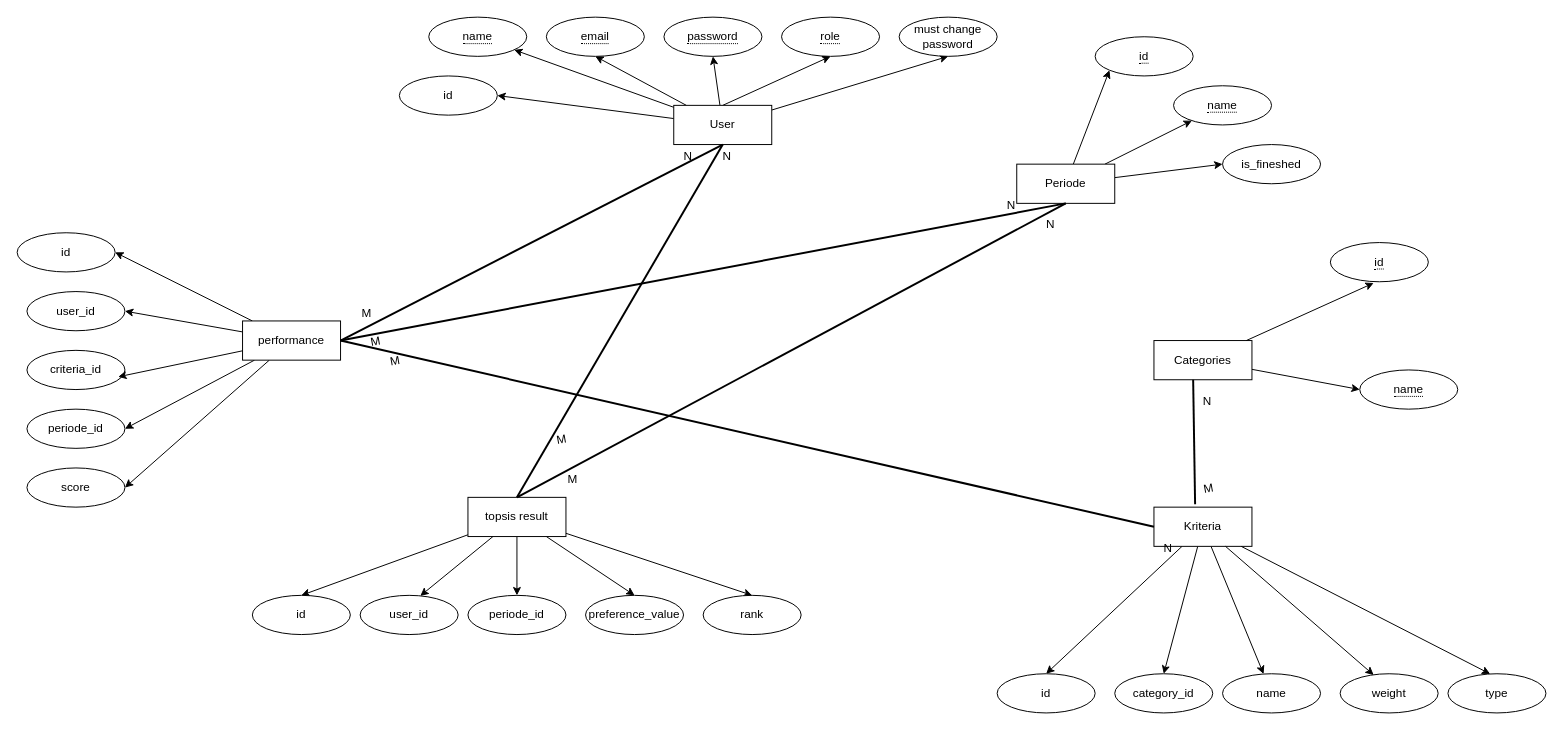
Above: docs/erd.drawio in yudhaginongpratidina/karya-nexa (draw.io), before the change. Source tidied: cells renumbered, new cells numbered last; positions are measured from the earlier drawing's top-left corner, leaving out a move shared by most shapes. Both pictures are drawn from the tidied source at 98%, with x=0, y=0 at pixel (17, 17).
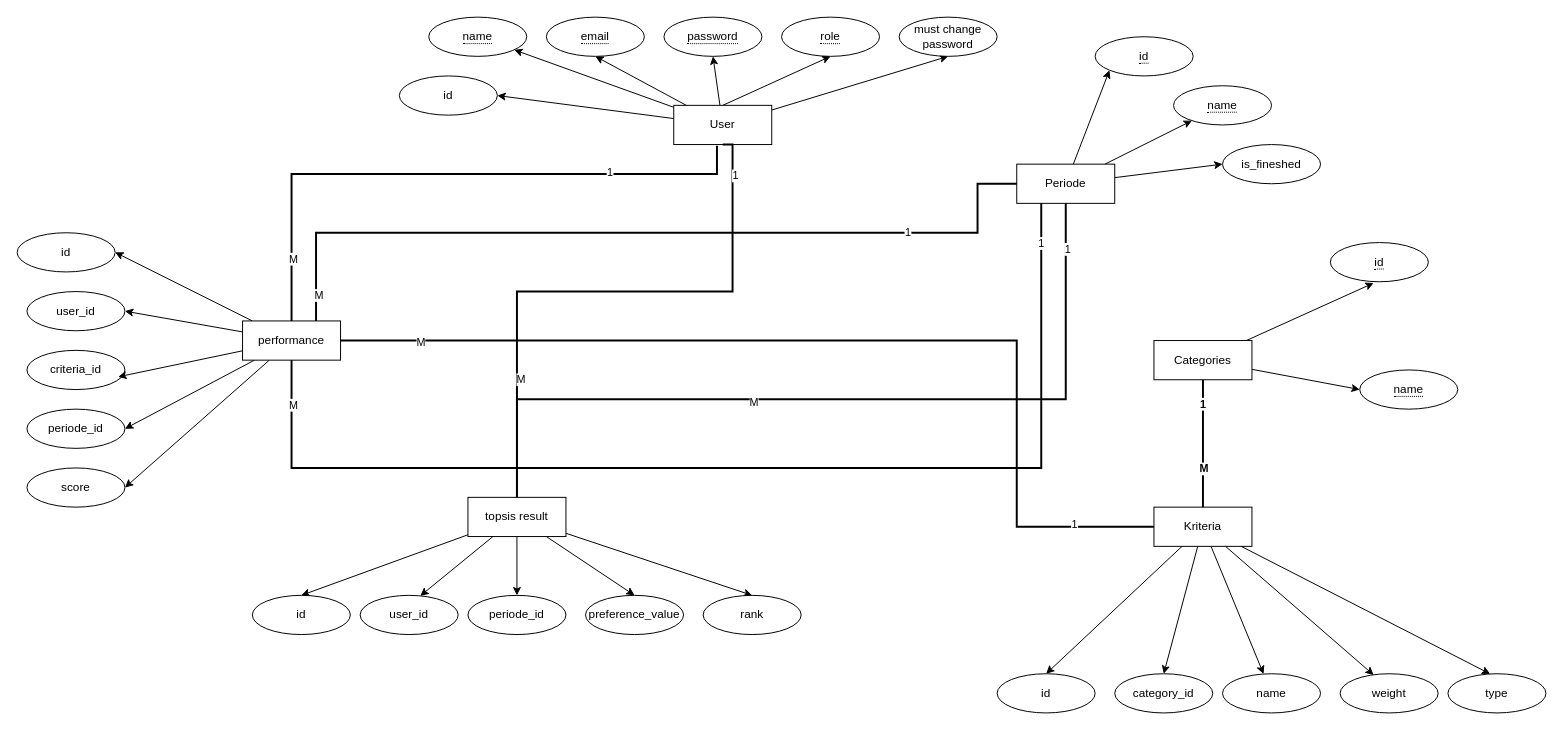
The same diagram, later.

Unchanged cells that the change refers to:
```xml
<mxCell id="8" value="User" style="whiteSpace=wrap;html=1;align=center;" parent="1" vertex="1">
  <mxGeometry x="670" y="90" width="100" height="40" as="geometry" />
</mxCell>
<mxCell id="15" value="Categories" style="whiteSpace=wrap;html=1;align=center;" parent="1" vertex="1">
  <mxGeometry x="1160" y="330" width="100" height="40" as="geometry" />
</mxCell>
<mxCell id="23" value="Kriteria" style="whiteSpace=wrap;html=1;align=center;" parent="1" vertex="1">
  <mxGeometry x="1160" y="500" width="100" height="40" as="geometry" />
</mxCell>
<mxCell id="34" value="Periode" style="whiteSpace=wrap;html=1;align=center;" parent="1" vertex="1">
  <mxGeometry x="1020" y="150" width="100" height="40" as="geometry" />
</mxCell>
<mxCell id="42" value="performance" style="whiteSpace=wrap;html=1;align=center;" parent="1" vertex="1">
  <mxGeometry x="230" y="310" width="100" height="40" as="geometry" />
</mxCell>
<mxCell id="53" value="topsis result" style="whiteSpace=wrap;html=1;align=center;" parent="1" vertex="1">
  <mxGeometry x="460" y="490" width="100" height="40" as="geometry" />
</mxCell>
```

Diff of the diagram source:
```diff
@@
-    <mxCell id="60" style="endArrow=none;html=1;rounded=0;exitX=1;exitY=0.5;exitDx=0;exitDy=0;entryX=0.5;entryY=1;entryDx=0;entryDy=0;strokeWidth=2;" parent="1" edge="1" source="42" target="8">
-      <mxGeometry relative="1" as="geometry" />
-    </mxCell>
-    <mxCell id="61" value="M" style="html=1;whiteSpace=wrap;align=left;verticalAlign=bottom;" parent="60" vertex="1">
-      <mxGeometry x="-1" relative="1" as="geometry">
-        <mxPoint x="20" y="-20" as="offset" />
-      </mxGeometry>
-    </mxCell>
-    <mxCell id="62" value="N" style="html=1;whiteSpace=wrap;align=right;verticalAlign=bottom;" parent="60" vertex="1">
-      <mxGeometry x="1" relative="1" as="geometry">
-        <mxPoint x="-30" y="20" as="offset" />
-      </mxGeometry>
-    </mxCell>
-    <mxCell id="63" style="endArrow=none;html=1;rounded=0;exitX=0.5;exitY=0;exitDx=0;exitDy=0;entryX=0.5;entryY=1;entryDx=0;entryDy=0;strokeWidth=2;" parent="1" edge="1" source="53" target="8">
-      <mxGeometry relative="1" as="geometry" />
-    </mxCell>
-    <mxCell id="64" value="M" style="html=1;whiteSpace=wrap;align=left;verticalAlign=bottom;" parent="63" vertex="1">
-      <mxGeometry x="-1" relative="1" as="geometry">
-        <mxPoint x="50" y="-10" as="offset" />
-      </mxGeometry>
-    </mxCell>
-    <mxCell id="65" value="N" style="html=1;whiteSpace=wrap;align=right;verticalAlign=bottom;" parent="63" vertex="1">
-      <mxGeometry x="1" relative="1" as="geometry">
-        <mxPoint x="10" y="20" as="offset" />
-      </mxGeometry>
-    </mxCell>
-    <mxCell id="66" style="endArrow=none;html=1;rounded=0;entryX=0.5;entryY=1;entryDx=0;entryDy=0;strokeWidth=2;" parent="1" edge="1" target="34">
-      <mxGeometry relative="1" as="geometry">
-        <mxPoint x="510" y="490" as="sourcePoint" />
-      </mxGeometry>
-    </mxCell>
-    <mxCell id="67" value="M" style="html=1;whiteSpace=wrap;align=left;verticalAlign=bottom;rotation=-10;" parent="66" vertex="1">
-      <mxGeometry x="-1" relative="1" as="geometry">
-        <mxPoint x="40" y="-50" as="offset" />
-      </mxGeometry>
-    </mxCell>
-    <mxCell id="68" value="N" style="html=1;whiteSpace=wrap;align=right;verticalAlign=bottom;" parent="66" vertex="1">
-      <mxGeometry x="1" relative="1" as="geometry">
-        <mxPoint x="-50" y="10" as="offset" />
-      </mxGeometry>
-    </mxCell>
-    <mxCell id="69" style="endArrow=none;html=1;rounded=0;entryX=0.5;entryY=1;entryDx=0;entryDy=0;exitX=1;exitY=0.5;exitDx=0;exitDy=0;strokeWidth=2;" parent="1" edge="1" source="42" target="34">
-      <mxGeometry relative="1" as="geometry" />
-    </mxCell>
-    <mxCell id="70" value="M" style="html=1;whiteSpace=wrap;align=left;verticalAlign=bottom;rotation=-10;" parent="69" vertex="1">
-      <mxGeometry x="-1" relative="1" as="geometry">
-        <mxPoint x="30" y="10" as="offset" />
-      </mxGeometry>
-    </mxCell>
-    <mxCell id="71" value="N" style="html=1;whiteSpace=wrap;align=right;verticalAlign=bottom;" parent="69" vertex="1">
-      <mxGeometry x="1" relative="1" as="geometry">
-        <mxPoint x="-10" y="30" as="offset" />
-      </mxGeometry>
-    </mxCell>
-    <mxCell id="72" style="endArrow=none;html=1;rounded=0;exitX=0.42;exitY=-0.075;exitDx=0;exitDy=0;exitPerimeter=0;strokeWidth=2;" parent="1" edge="1" source="23">
-      <mxGeometry relative="1" as="geometry">
-        <mxPoint x="1200" y="370" as="targetPoint" />
-      </mxGeometry>
-    </mxCell>
-    <mxCell id="73" value="M" style="html=1;whiteSpace=wrap;align=left;verticalAlign=bottom;rotation=-10;" parent="72" vertex="1">
-      <mxGeometry x="-1" relative="1" as="geometry">
-        <mxPoint x="8" y="-7" as="offset" />
-      </mxGeometry>
-    </mxCell>
-    <mxCell id="74" value="N" style="html=1;whiteSpace=wrap;align=right;verticalAlign=bottom;" parent="72" vertex="1">
-      <mxGeometry x="1" relative="1" as="geometry">
-        <mxPoint x="20" y="30" as="offset" />
-      </mxGeometry>
-    </mxCell>
+    <mxCell id="78" style="endArrow=none;html=1;rounded=0;exitX=0.441;exitY=1.028;exitDx=0;exitDy=0;exitPerimeter=0;entryX=0.5;entryY=0;entryDx=0;entryDy=0;edgeStyle=orthogonalEdgeStyle;strokeWidth=2;" parent="1" edge="1" source="8" target="42">
+      <mxGeometry relative="1" as="geometry">
+        <Array as="points">
+          <mxPoint x="714" y="160" />
+          <mxPoint x="280" y="160" />
+        </Array>
+      </mxGeometry>
+    </mxCell>
+    <mxCell id="79" value="1" style="edgeLabel;html=1;align=center;verticalAlign=middle;" parent="78" vertex="1">
+      <mxGeometry x="-0.55" y="-2" relative="1" as="geometry" />
+    </mxCell>
+    <mxCell id="80" value="M" style="edgeLabel;html=1;align=center;verticalAlign=middle;" parent="78" vertex="1">
+      <mxGeometry x="0.79" y="1" relative="1" as="geometry" />
+    </mxCell>
+    <mxCell id="81" style="endArrow=none;html=1;rounded=0;entryX=0;entryY=0.5;entryDx=0;entryDy=0;exitX=0.75;exitY=0;exitDx=0;exitDy=0;edgeStyle=orthogonalEdgeStyle;strokeWidth=2;" parent="1" edge="1" source="42" target="34">
+      <mxGeometry relative="1" as="geometry">
+        <Array as="points">
+          <mxPoint x="305" y="220" />
+          <mxPoint x="980" y="220" />
+          <mxPoint x="980" y="170" />
+        </Array>
+      </mxGeometry>
+    </mxCell>
+    <mxCell id="82" value="1" style="edgeLabel;html=1;align=center;verticalAlign=middle;" parent="81" vertex="1">
+      <mxGeometry x="0.62" y="1" relative="1" as="geometry" />
+    </mxCell>
+    <mxCell id="83" value="M" style="edgeLabel;html=1;align=center;verticalAlign=middle;" parent="81" vertex="1">
+      <mxGeometry x="-0.94" y="-2" relative="1" as="geometry">
+        <mxPoint y="-1" as="offset" />
+      </mxGeometry>
+    </mxCell>
-    <mxCell id="75" style="endArrow=none;html=1;rounded=0;exitX=1;exitY=0.5;exitDx=0;exitDy=0;entryX=0;entryY=0.5;entryDx=0;entryDy=0;strokeWidth=2;" parent="1" edge="1" source="42" target="23">
-      <mxGeometry relative="1" as="geometry" />
+    <mxCell id="75" style="endArrow=none;html=1;rounded=0;entryX=0;entryY=0.5;entryDx=0;entryDy=0;exitX=1;exitY=0.5;exitDx=0;exitDy=0;edgeStyle=orthogonalEdgeStyle;strokeWidth=2;" parent="1" edge="1" source="42" target="23">
+      <mxGeometry relative="1" as="geometry">
+        <Array as="points">
+          <mxPoint x="1020" y="330" />
+          <mxPoint x="1020" y="520" />
+        </Array>
+      </mxGeometry>
     </mxCell>
-    <mxCell id="76" value="M" style="html=1;whiteSpace=wrap;align=left;verticalAlign=bottom;rotation=-10;" parent="75" vertex="1">
-      <mxGeometry x="-1" relative="1" as="geometry">
-        <mxPoint x="50" y="30" as="offset" />
-      </mxGeometry>
-    </mxCell>
-    <mxCell id="77" value="N" style="html=1;whiteSpace=wrap;align=right;verticalAlign=bottom;" parent="75" vertex="1">
-      <mxGeometry x="1" relative="1" as="geometry">
-        <mxPoint x="20" y="30" as="offset" />
-      </mxGeometry>
-    </mxCell>
+    <mxCell id="84" value="1" style="edgeLabel;html=1;align=center;verticalAlign=middle;" parent="75" vertex="1">
+      <mxGeometry x="0.84" y="3" relative="1" as="geometry" />
+    </mxCell>
+    <mxCell id="85" value="M" style="edgeLabel;html=1;align=center;verticalAlign=middle;" parent="75" vertex="1">
+      <mxGeometry x="-0.84" y="-1" relative="1" as="geometry">
+        <mxPoint x="-1" as="offset" />
+      </mxGeometry>
+    </mxCell>
+    <mxCell id="86" style="endArrow=none;html=1;rounded=0;exitX=0.5;exitY=1;exitDx=0;exitDy=0;entryX=0.5;entryY=0;entryDx=0;entryDy=0;edgeStyle=orthogonalEdgeStyle;strokeWidth=2;" parent="1" edge="1" source="15" target="23">
+      <mxGeometry relative="1" as="geometry" />
+    </mxCell>
+    <mxCell id="87" value="&lt;b&gt;1&lt;/b&gt;" style="edgeLabel;html=1;align=center;verticalAlign=middle;" parent="86" vertex="1">
+      <mxGeometry x="-0.63" y="-1" relative="1" as="geometry" />
+    </mxCell>
+    <mxCell id="88" value="&lt;b&gt;M&lt;/b&gt;" style="edgeLabel;html=1;align=center;verticalAlign=middle;" parent="86" vertex="1">
+      <mxGeometry x="0.39" relative="1" as="geometry" />
+    </mxCell>
+    <mxCell id="89" style="endArrow=none;html=1;rounded=0;entryX=0.5;entryY=1;entryDx=0;entryDy=0;exitX=0.5;exitY=0;exitDx=0;exitDy=0;edgeStyle=orthogonalEdgeStyle;strokeWidth=2;" parent="1" edge="1" source="53" target="34">
+      <mxGeometry relative="1" as="geometry">
+        <Array as="points">
+          <mxPoint x="510" y="390" />
+          <mxPoint x="1070" y="390" />
+        </Array>
+      </mxGeometry>
+    </mxCell>
+    <mxCell id="90" value="1" style="edgeLabel;html=1;align=center;verticalAlign=middle;" parent="89" vertex="1">
+      <mxGeometry x="0.89" y="-1" relative="1" as="geometry">
+        <mxPoint y="-1" as="offset" />
+      </mxGeometry>
+    </mxCell>
+    <mxCell id="91" value="M" style="edgeLabel;html=1;align=center;verticalAlign=middle;" parent="89" vertex="1">
+      <mxGeometry x="-0.21" y="-2" relative="1" as="geometry">
+        <mxPoint x="1" as="offset" />
+      </mxGeometry>
+    </mxCell>
+    <mxCell id="92" style="endArrow=none;html=1;rounded=0;exitX=0.5;exitY=1;exitDx=0;exitDy=0;entryX=0.5;entryY=0;entryDx=0;entryDy=0;edgeStyle=orthogonalEdgeStyle;strokeWidth=2;" parent="1" edge="1" source="8" target="53">
+      <mxGeometry relative="1" as="geometry">
+        <Array as="points">
+          <mxPoint x="730" y="130" />
+          <mxPoint x="730" y="280" />
+          <mxPoint x="510" y="280" />
+        </Array>
+      </mxGeometry>
+    </mxCell>
+    <mxCell id="93" value="1" style="edgeLabel;html=1;align=center;verticalAlign=middle;" parent="92" vertex="1">
+      <mxGeometry x="-0.86" y="2" relative="1" as="geometry" />
+    </mxCell>
+    <mxCell id="94" value="M" style="edgeLabel;html=1;align=center;verticalAlign=middle;" parent="92" vertex="1">
+      <mxGeometry x="0.59" y="3" relative="1" as="geometry" />
+    </mxCell>
+    <mxCell id="95" style="endArrow=none;html=1;rounded=0;entryX=0.25;entryY=1;entryDx=0;entryDy=0;exitX=0.5;exitY=1;exitDx=0;exitDy=0;edgeStyle=orthogonalEdgeStyle;strokeWidth=2;" parent="1" edge="1" source="42" target="34">
+      <mxGeometry relative="1" as="geometry">
+        <Array as="points">
+          <mxPoint x="280" y="460" />
+          <mxPoint x="1045" y="460" />
+        </Array>
+      </mxGeometry>
+    </mxCell>
+    <mxCell id="96" value="1" style="edgeLabel;html=1;align=center;verticalAlign=middle;" parent="95" vertex="1">
+      <mxGeometry x="0.93" y="1" relative="1" as="geometry" />
+    </mxCell>
+    <mxCell id="97" value="M" style="edgeLabel;html=1;align=center;verticalAlign=middle;" parent="95" vertex="1">
+      <mxGeometry x="-0.92" y="1" relative="1" as="geometry">
+        <mxPoint y="-1" as="offset" />
+      </mxGeometry>
+    </mxCell>
```
